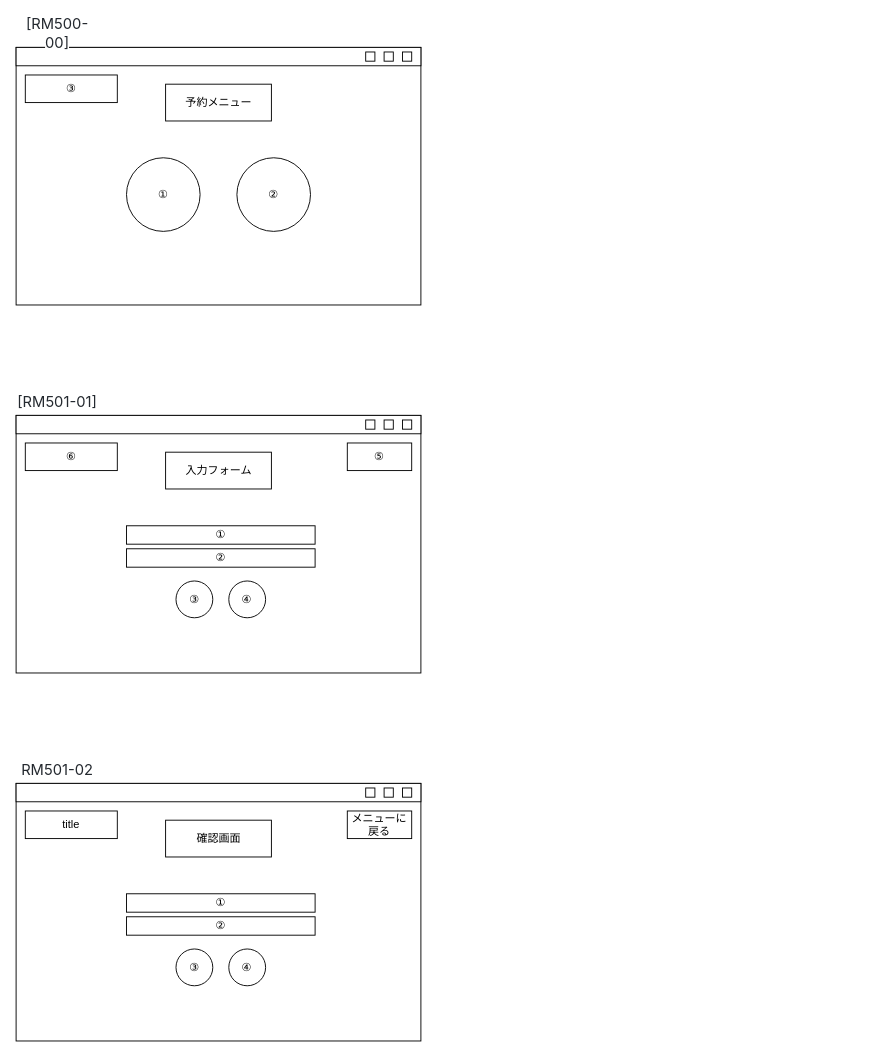
This is Documents/20_外部設計/22_画面レイアウト設計/画面レイアウト設計書/drawio/RM.dwaio.drawio from charlie24403/Librarians, a draw.io file, before an edit. Source tidied: cells renumbered, new cells numbered last; positions are measured from the earlier drawing's top-left corner, leaving out a move shared by most shapes. Both pictures are drawn from the tidied source at 92%, with x=0, y=0 at pixel (16, 19).
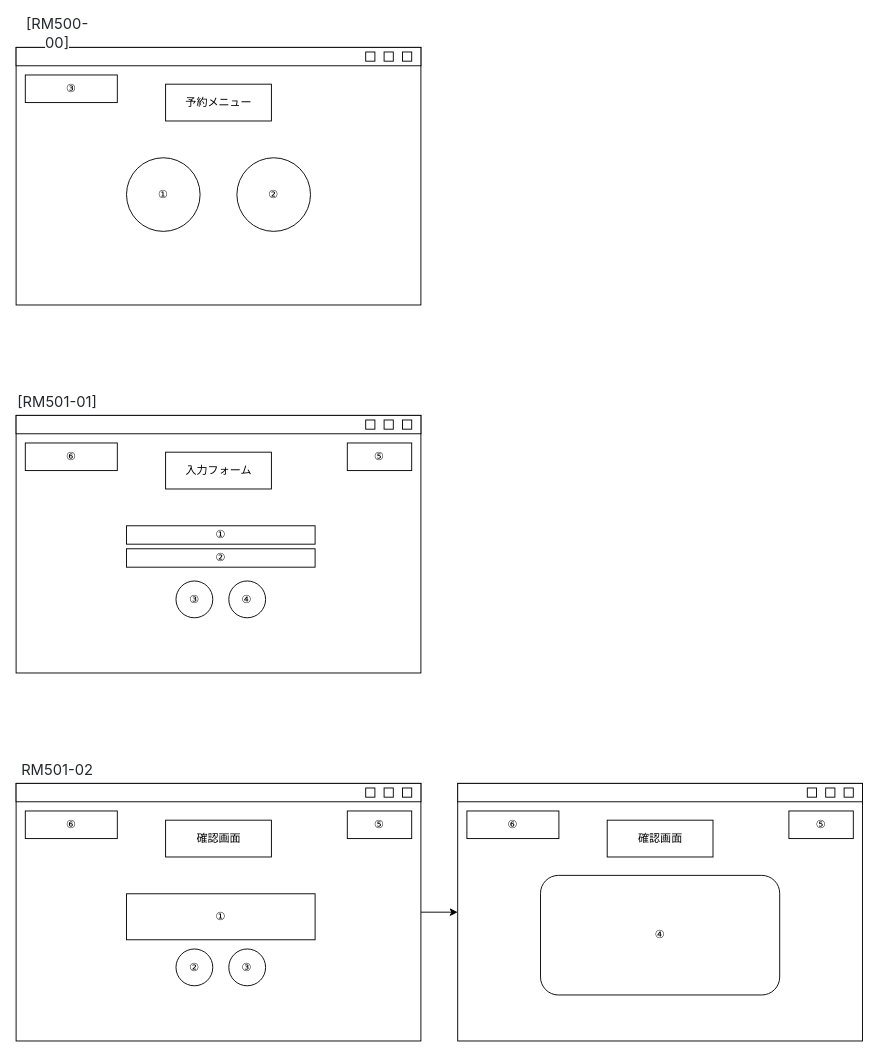
The same diagram, later.

The change refers to these unchanged cells:
```xml
<mxCell id="25" style="rounded=0;whiteSpace=wrap;html=1;" parent="1" vertex="1">
  <mxGeometry y="830" width="440" height="280" as="geometry" />
</mxCell>
```

The edit, as a diff of the source:
```diff
@@
+    <mxCell id="38" style="edgeStyle=orthogonalEdgeStyle;rounded=0;jettySize=auto;html=1;entryX=0;entryY=0.5;entryDx=0;entryDy=0;" parent="1" edge="1" source="25" target="41">
+      <mxGeometry relative="1" as="geometry" />
+    </mxCell>
@@
-    <mxCell id="30" value="title" style="rounded=0;whiteSpace=wrap;html=1;" parent="1" vertex="1">
-      <mxGeometry x="10" y="860" width="100" height="30" as="geometry" />
-    </mxCell>
+    <mxCell id="39" value="⑥" style="rounded=0;whiteSpace=wrap;html=1;" parent="1" vertex="1">
+      <mxGeometry x="10" y="860" width="100" height="30" as="geometry" />
+    </mxCell>
@@
-    <mxCell id="33" value="メニューに戻る" style="rounded=0;whiteSpace=wrap;html=1;" parent="1" vertex="1">
-      <mxGeometry x="360" y="860" width="70" height="30" as="geometry" />
-    </mxCell>
+    <mxCell id="40" value="⑤" style="rounded=0;whiteSpace=wrap;html=1;" parent="1" vertex="1">
+      <mxGeometry x="360" y="860" width="70" height="30" as="geometry" />
+    </mxCell>
     <mxCell id="34" value="①" style="rounded=0;whiteSpace=wrap;html=1;" parent="1" vertex="1">
-      <mxGeometry x="120" y="950" width="205" height="20" as="geometry" />
+      <mxGeometry x="120" y="950" width="205" height="50" as="geometry" />
     </mxCell>
-    <mxCell id="35" value="②" style="rounded=0;whiteSpace=wrap;html=1;" parent="1" vertex="1">
-      <mxGeometry x="120" y="975" width="205" height="20" as="geometry" />
+    <mxCell id="35" value="②" style="ellipse;whiteSpace=wrap;html=1;" parent="1" vertex="1">
+      <mxGeometry x="173.8" y="1010" width="40" height="40" as="geometry" />
     </mxCell>
     <mxCell id="36" value="③" style="ellipse;whiteSpace=wrap;html=1;" parent="1" vertex="1">
-      <mxGeometry x="173.8" y="1010" width="40" height="40" as="geometry" />
+      <mxGeometry x="231.2" y="1010" width="40" height="40" as="geometry" />
     </mxCell>
+    <mxCell id="41" style="rounded=0;whiteSpace=wrap;html=1;" parent="1" vertex="1">
+      <mxGeometry x="480" y="830" width="440" height="280" as="geometry" />
+    </mxCell>
+    <mxCell id="42" style="rounded=0;whiteSpace=wrap;html=1;" parent="1" vertex="1">
+      <mxGeometry x="480" y="830" width="440" height="20" as="geometry" />
+    </mxCell>
+    <mxCell id="43" style="rounded=0;whiteSpace=wrap;html=1;" parent="1" vertex="1">
+      <mxGeometry x="880" y="835" width="10" height="10" as="geometry" />
+    </mxCell>
+    <mxCell id="44" style="rounded=0;whiteSpace=wrap;html=1;" parent="1" vertex="1">
+      <mxGeometry x="900" y="835" width="10" height="10" as="geometry" />
+    </mxCell>
+    <mxCell id="45" style="rounded=0;whiteSpace=wrap;html=1;" parent="1" vertex="1">
+      <mxGeometry x="860" y="835" width="10" height="10" as="geometry" />
+    </mxCell>
+    <mxCell id="46" value="⑥" style="rounded=0;whiteSpace=wrap;html=1;" parent="1" vertex="1">
+      <mxGeometry x="490" y="860" width="100" height="30" as="geometry" />
+    </mxCell>
+    <mxCell id="47" value="確認画面" style="rounded=0;whiteSpace=wrap;html=1;" parent="1" vertex="1">
+      <mxGeometry x="642.5" y="870" width="115" height="40" as="geometry" />
+    </mxCell>
+    <mxCell id="48" value="⑤" style="rounded=0;whiteSpace=wrap;html=1;" parent="1" vertex="1">
+      <mxGeometry x="840" y="860" width="70" height="30" as="geometry" />
+    </mxCell>
-    <mxCell id="37" value="④" style="ellipse;whiteSpace=wrap;html=1;" parent="1" vertex="1">
-      <mxGeometry x="231.2" y="1010" width="40" height="40" as="geometry" />
+    <mxCell id="37" value="④" style="rounded=1;whiteSpace=wrap;html=1;" parent="1" vertex="1">
+      <mxGeometry x="570" y="930" width="260" height="130" as="geometry" />
     </mxCell>
```
